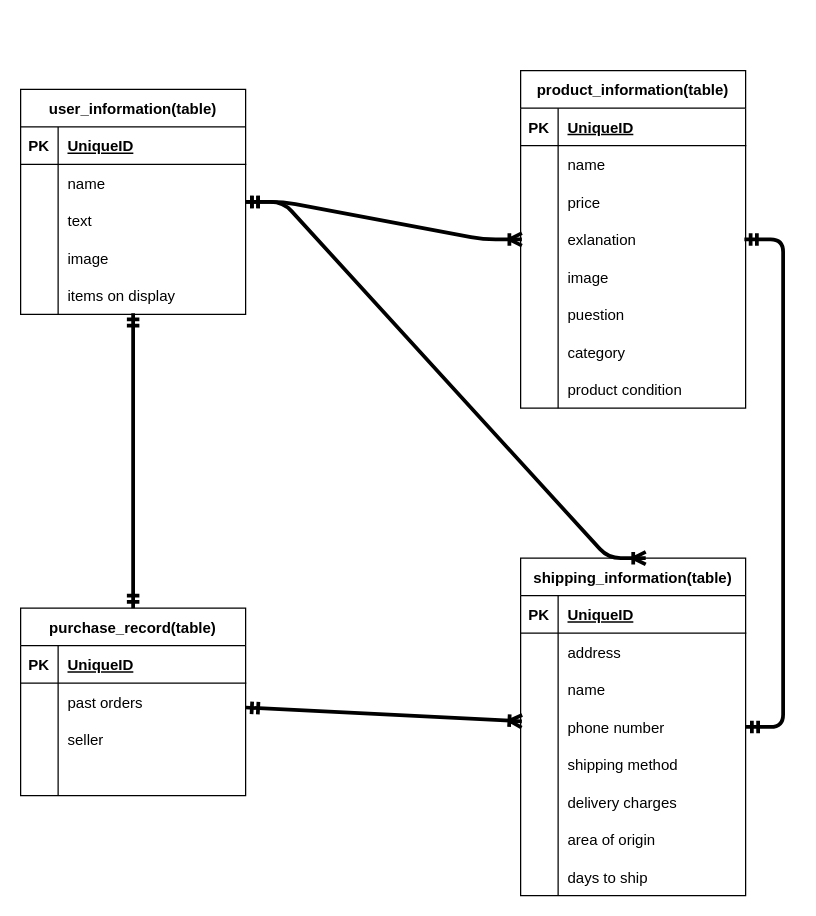
Before: furima.dio in nemuo1208/furima-40138, a draw.io diagram. Source tidied: cells renumbered, new cells numbered last; positions are measured from the earlier drawing's top-left corner, leaving out a move shared by most shapes. Both pictures are drawn from the tidied source at 125%, with x=0, y=0 at pixel (20, 70).
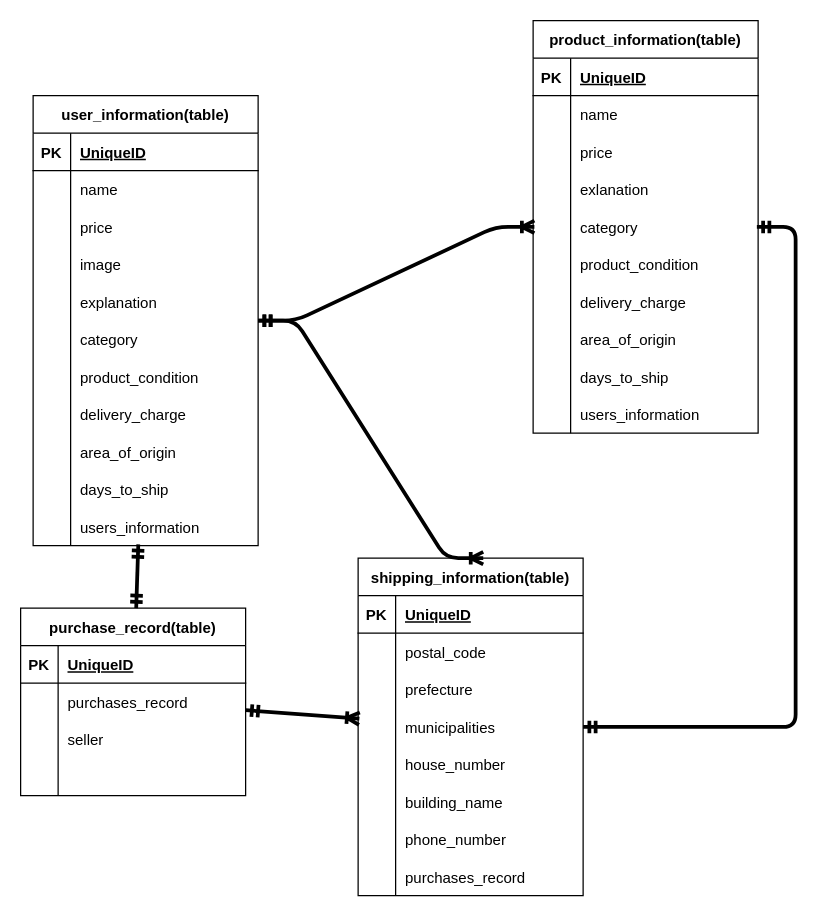
The same page after the edit.

Commit message (it also covers changes not shown here):
データーベース3

Unchanged cells that the change refers to:
```xml
<mxCell id="9" style="shape=tableRow;horizontal=0;startSize=0;swimlaneHead=0;swimlaneBody=0;fillColor=none;top=0;left=0;right=0;bottom=0;" parent="2" vertex="1">
  <mxGeometry y="90" width="180" height="30" as="geometry" />
</mxCell>
<mxCell id="15" style="shape=tableRow;horizontal=0;startSize=0;swimlaneHead=0;swimlaneBody=0;fillColor=none;top=0;left=0;right=0;bottom=0;" parent="2" vertex="1">
  <mxGeometry y="150" width="180" height="30" as="geometry" />
</mxCell>
<mxCell id="31" style="shape=tableRow;horizontal=0;startSize=0;swimlaneHead=0;swimlaneBody=0;fillColor=none;top=0;left=0;right=0;bottom=0;" parent="18" vertex="1">
  <mxGeometry y="150" width="180" height="30" as="geometry" />
</mxCell>
<mxCell id="34" style="shape=tableRow;horizontal=0;startSize=0;swimlaneHead=0;swimlaneBody=0;fillColor=none;top=0;left=0;right=0;bottom=0;" parent="18" vertex="1">
  <mxGeometry y="180" width="180" height="30" as="geometry" />
</mxCell>
<mxCell id="37" style="shape=tableRow;horizontal=0;startSize=0;swimlaneHead=0;swimlaneBody=0;fillColor=none;top=0;left=0;right=0;bottom=0;" parent="18" vertex="1">
  <mxGeometry y="210" width="180" height="30" as="geometry" />
</mxCell>
<mxCell id="40" style="shape=tableRow;horizontal=0;startSize=0;swimlaneHead=0;swimlaneBody=0;fillColor=none;top=0;left=0;right=0;bottom=0;" parent="18" vertex="1">
  <mxGeometry y="240" width="180" height="30" as="geometry" />
</mxCell>
<mxCell id="47" style="shape=tableRow;horizontal=0;startSize=0;swimlaneHead=0;swimlaneBody=0;fillColor=none;top=0;left=0;right=0;bottom=0;" parent="43" vertex="1">
  <mxGeometry y="60" width="180" height="30" as="geometry" />
</mxCell>
<mxCell id="60" style="shape=tableRow;horizontal=0;startSize=0;swimlaneHead=0;swimlaneBody=0;fillColor=none;top=0;left=0;right=0;bottom=0;" parent="56" vertex="1">
  <mxGeometry y="60" width="180" height="30" as="geometry" />
</mxCell>
<mxCell id="63" style="shape=tableRow;horizontal=0;startSize=0;swimlaneHead=0;swimlaneBody=0;fillColor=none;top=0;left=0;right=0;bottom=0;" parent="56" vertex="1">
  <mxGeometry y="90" width="180" height="30" as="geometry" />
</mxCell>
<mxCell id="66" style="shape=tableRow;horizontal=0;startSize=0;swimlaneHead=0;swimlaneBody=0;fillColor=none;top=0;left=0;right=0;bottom=0;" parent="56" vertex="1">
  <mxGeometry y="120" width="180" height="30" as="geometry" />
</mxCell>
<mxCell id="69" style="shape=tableRow;horizontal=0;startSize=0;swimlaneHead=0;swimlaneBody=0;fillColor=none;top=0;left=0;right=0;bottom=0;" parent="56" vertex="1">
  <mxGeometry y="150" width="180" height="30" as="geometry" />
</mxCell>
<mxCell id="72" style="shape=tableRow;horizontal=0;startSize=0;swimlaneHead=0;swimlaneBody=0;fillColor=none;top=0;left=0;right=0;bottom=0;" parent="56" vertex="1">
  <mxGeometry y="180" width="180" height="30" as="geometry" />
</mxCell>
<mxCell id="75" style="shape=tableRow;horizontal=0;startSize=0;swimlaneHead=0;swimlaneBody=0;fillColor=none;top=0;left=0;right=0;bottom=0;" parent="56" vertex="1">
  <mxGeometry y="210" width="180" height="30" as="geometry" />
</mxCell>
<mxCell id="78" style="shape=tableRow;horizontal=0;startSize=0;swimlaneHead=0;swimlaneBody=0;fillColor=none;top=0;left=0;right=0;bottom=0;" parent="56" vertex="1">
  <mxGeometry y="240" width="180" height="30" as="geometry" />
</mxCell>
```

Diff of the diagram source:
```diff
@@
     <mxCell id="2" value="user_information(table)" style="shape=table;startSize=30;childLayout=tableLayout;rowLines=0;fontStyle=1;align=center;verticalAlign=middle;" parent="1" vertex="1">
-      <mxGeometry y="15" width="180" height="180" as="geometry" />
+      <mxGeometry x="10" y="20" width="180" height="360" as="geometry" />
     </mxCell>
@@
-    <mxCell id="11" value="text" style="shape=partialRectangle;fillColor=none;top=0;left=0;bottom=0;right=0;align=left;spacingLeft=6;overflow=hidden;" parent="9" vertex="1">
+    <mxCell id="11" value="price" style="shape=partialRectangle;fillColor=none;top=0;left=0;bottom=0;right=0;align=left;spacingLeft=6;overflow=hidden;" parent="9" vertex="1">
       <mxGeometry x="30" width="150" height="30" as="geometry" />
     </mxCell>
@@
-    <mxCell id="17" value="items on display" style="shape=partialRectangle;fillColor=none;top=0;left=0;bottom=0;right=0;align=left;spacingLeft=6;overflow=hidden;verticalAlign=middle;" parent="15" vertex="1">
+    <mxCell id="17" value="explanation" style="shape=partialRectangle;fillColor=none;top=0;left=0;bottom=0;right=0;align=left;spacingLeft=6;overflow=hidden;verticalAlign=middle;" parent="15" vertex="1">
       <mxGeometry x="30" width="150" height="30" as="geometry" />
     </mxCell>
+    <mxCell id="86" style="shape=tableRow;horizontal=0;startSize=0;swimlaneHead=0;swimlaneBody=0;fillColor=none;top=0;left=0;right=0;bottom=0;" parent="2" vertex="1">
+      <mxGeometry y="180" width="180" height="30" as="geometry" />
+    </mxCell>
+    <mxCell id="87" style="shape=partialRectangle;fillColor=none;top=0;left=0;bottom=0;right=0;overflow=hidden;" parent="86" vertex="1">
+      <mxGeometry width="30" height="30" as="geometry" />
+    </mxCell>
+    <mxCell id="88" value="category  " style="shape=partialRectangle;fillColor=none;top=0;left=0;bottom=0;right=0;align=left;spacingLeft=6;overflow=hidden;verticalAlign=middle;" parent="86" vertex="1">
+      <mxGeometry x="30" width="150" height="30" as="geometry" />
+    </mxCell>
+    <mxCell id="89" style="shape=tableRow;horizontal=0;startSize=0;swimlaneHead=0;swimlaneBody=0;fillColor=none;top=0;left=0;right=0;bottom=0;" parent="2" vertex="1">
+      <mxGeometry y="210" width="180" height="30" as="geometry" />
+    </mxCell>
+    <mxCell id="90" style="shape=partialRectangle;fillColor=none;top=0;left=0;bottom=0;right=0;overflow=hidden;" parent="89" vertex="1">
+      <mxGeometry width="30" height="30" as="geometry" />
+    </mxCell>
+    <mxCell id="91" value="product_condition" style="shape=partialRectangle;fillColor=none;top=0;left=0;bottom=0;right=0;align=left;spacingLeft=6;overflow=hidden;verticalAlign=middle;" parent="89" vertex="1">
+      <mxGeometry x="30" width="150" height="30" as="geometry" />
+    </mxCell>
+    <mxCell id="92" style="shape=tableRow;horizontal=0;startSize=0;swimlaneHead=0;swimlaneBody=0;fillColor=none;top=0;left=0;right=0;bottom=0;" parent="2" vertex="1">
+      <mxGeometry y="240" width="180" height="30" as="geometry" />
+    </mxCell>
+    <mxCell id="93" style="shape=partialRectangle;fillColor=none;top=0;left=0;bottom=0;right=0;overflow=hidden;" parent="92" vertex="1">
+      <mxGeometry width="30" height="30" as="geometry" />
+    </mxCell>
+    <mxCell id="94" value="delivery_charge" style="shape=partialRectangle;fillColor=none;top=0;left=0;bottom=0;right=0;align=left;spacingLeft=6;overflow=hidden;verticalAlign=middle;" parent="92" vertex="1">
+      <mxGeometry x="30" width="150" height="30" as="geometry" />
+    </mxCell>
+    <mxCell id="95" style="shape=tableRow;horizontal=0;startSize=0;swimlaneHead=0;swimlaneBody=0;fillColor=none;top=0;left=0;right=0;bottom=0;" parent="2" vertex="1">
+      <mxGeometry y="270" width="180" height="30" as="geometry" />
+    </mxCell>
+    <mxCell id="96" style="shape=partialRectangle;fillColor=none;top=0;left=0;bottom=0;right=0;overflow=hidden;" parent="95" vertex="1">
+      <mxGeometry width="30" height="30" as="geometry" />
+    </mxCell>
+    <mxCell id="97" value="area_of_origin" style="shape=partialRectangle;fillColor=none;top=0;left=0;bottom=0;right=0;align=left;spacingLeft=6;overflow=hidden;verticalAlign=middle;" parent="95" vertex="1">
+      <mxGeometry x="30" width="150" height="30" as="geometry" />
+    </mxCell>
+    <mxCell id="98" style="shape=tableRow;horizontal=0;startSize=0;swimlaneHead=0;swimlaneBody=0;fillColor=none;top=0;left=0;right=0;bottom=0;" parent="2" vertex="1">
+      <mxGeometry y="300" width="180" height="30" as="geometry" />
+    </mxCell>
+    <mxCell id="99" style="shape=partialRectangle;fillColor=none;top=0;left=0;bottom=0;right=0;overflow=hidden;" parent="98" vertex="1">
+      <mxGeometry width="30" height="30" as="geometry" />
+    </mxCell>
+    <mxCell id="100" value="days_to_ship      " style="shape=partialRectangle;fillColor=none;top=0;left=0;bottom=0;right=0;align=left;spacingLeft=6;overflow=hidden;verticalAlign=middle;" parent="98" vertex="1">
+      <mxGeometry x="30" width="150" height="30" as="geometry" />
+    </mxCell>
+    <mxCell id="101" style="shape=tableRow;horizontal=0;startSize=0;swimlaneHead=0;swimlaneBody=0;fillColor=none;top=0;left=0;right=0;bottom=0;" parent="2" vertex="1">
+      <mxGeometry y="330" width="180" height="30" as="geometry" />
+    </mxCell>
+    <mxCell id="102" style="shape=partialRectangle;fillColor=none;top=0;left=0;bottom=0;right=0;overflow=hidden;" parent="101" vertex="1">
+      <mxGeometry width="30" height="30" as="geometry" />
+    </mxCell>
+    <mxCell id="103" value="users_information" style="shape=partialRectangle;fillColor=none;top=0;left=0;bottom=0;right=0;align=left;spacingLeft=6;overflow=hidden;verticalAlign=middle;" parent="101" vertex="1">
+      <mxGeometry x="30" width="150" height="30" as="geometry" />
+    </mxCell>
     <mxCell id="18" value="product_information(table)" style="shape=table;startSize=30;childLayout=tableLayout;rowLines=0;fontStyle=1;align=center;" parent="1" vertex="1">
-      <mxGeometry x="400" width="180" height="270" as="geometry" />
+      <mxGeometry x="410" y="-40" width="180" height="330" as="geometry" />
     </mxCell>
@@
-    <mxCell id="33" value="image" style="shape=partialRectangle;fillColor=none;top=0;left=0;bottom=0;right=0;align=left;spacingLeft=6;overflow=hidden;" parent="31" vertex="1">
+    <mxCell id="33" style="shape=partialRectangle;fillColor=none;top=0;left=0;bottom=0;right=0;align=left;spacingLeft=6;overflow=hidden;" parent="31" vertex="1">
       <mxGeometry x="30" width="150" height="30" as="geometry" />
     </mxCell>
@@
-    <mxCell id="36" value="puestion" style="shape=partialRectangle;fillColor=none;top=0;left=0;bottom=0;right=0;align=left;spacingLeft=6;overflow=hidden;" parent="34" vertex="1">
+    <mxCell id="36" value="product_condition" style="shape=partialRectangle;fillColor=none;top=0;left=0;bottom=0;right=0;align=left;spacingLeft=6;overflow=hidden;" parent="34" vertex="1">
       <mxGeometry x="30" width="150" height="30" as="geometry" />
     </mxCell>
@@
-    <mxCell id="39" value="category" style="shape=partialRectangle;fillColor=none;top=0;left=0;bottom=0;right=0;align=left;spacingLeft=6;overflow=hidden;" parent="37" vertex="1">
+    <mxCell id="39" value="delivery_charge " style="shape=partialRectangle;fillColor=none;top=0;left=0;bottom=0;right=0;align=left;spacingLeft=6;overflow=hidden;" parent="37" vertex="1">
       <mxGeometry x="30" width="150" height="30" as="geometry" />
     </mxCell>
@@
-    <mxCell id="42" value="product condition" style="shape=partialRectangle;fillColor=none;top=0;left=0;bottom=0;right=0;align=left;spacingLeft=6;overflow=hidden;" parent="40" vertex="1">
+    <mxCell id="42" value="area_of_origin" style="shape=partialRectangle;fillColor=none;top=0;left=0;bottom=0;right=0;align=left;spacingLeft=6;overflow=hidden;verticalAlign=middle;" parent="40" vertex="1">
       <mxGeometry x="30" width="150" height="30" as="geometry" />
     </mxCell>
+    <mxCell id="104" style="shape=tableRow;horizontal=0;startSize=0;swimlaneHead=0;swimlaneBody=0;fillColor=none;top=0;left=0;right=0;bottom=0;" parent="18" vertex="1">
+      <mxGeometry y="270" width="180" height="30" as="geometry" />
+    </mxCell>
+    <mxCell id="105" style="shape=partialRectangle;fillColor=none;top=0;left=0;bottom=0;right=0;overflow=hidden;" parent="104" vertex="1">
+      <mxGeometry width="30" height="30" as="geometry" />
+    </mxCell>
+    <mxCell id="106" value="days_to_ship " style="shape=partialRectangle;fillColor=none;top=0;left=0;bottom=0;right=0;align=left;spacingLeft=6;overflow=hidden;" parent="104" vertex="1">
+      <mxGeometry x="30" width="150" height="30" as="geometry" />
+    </mxCell>
+    <mxCell id="107" style="shape=tableRow;horizontal=0;startSize=0;swimlaneHead=0;swimlaneBody=0;fillColor=none;top=0;left=0;right=0;bottom=0;" parent="18" vertex="1">
+      <mxGeometry y="300" width="180" height="30" as="geometry" />
+    </mxCell>
+    <mxCell id="108" style="shape=partialRectangle;fillColor=none;top=0;left=0;bottom=0;right=0;overflow=hidden;" parent="107" vertex="1">
+      <mxGeometry width="30" height="30" as="geometry" />
+    </mxCell>
+    <mxCell id="109" value="users_information" style="shape=partialRectangle;fillColor=none;top=0;left=0;bottom=0;right=0;align=left;spacingLeft=6;overflow=hidden;" parent="107" vertex="1">
+      <mxGeometry x="30" width="150" height="30" as="geometry" />
+    </mxCell>
@@
-    <mxCell id="49" value="past orders" style="shape=partialRectangle;fillColor=none;top=0;left=0;bottom=0;right=0;align=left;spacingLeft=6;overflow=hidden;" parent="47" vertex="1">
+    <mxCell id="49" value="purchases_record " style="shape=partialRectangle;fillColor=none;top=0;left=0;bottom=0;right=0;align=left;spacingLeft=6;overflow=hidden;" parent="47" vertex="1">
       <mxGeometry x="30" width="150" height="30" as="geometry" />
     </mxCell>
@@
     <mxCell id="56" value="shipping_information(table)" style="shape=table;startSize=30;childLayout=tableLayout;rowLines=0;fontStyle=1;align=center;" parent="1" vertex="1">
-      <mxGeometry x="400" y="390" width="180" height="270" as="geometry" />
+      <mxGeometry x="270" y="390" width="180" height="270" as="geometry" />
     </mxCell>
@@
-    <mxCell id="62" value="address" style="shape=partialRectangle;fillColor=none;top=0;left=0;bottom=0;right=0;align=left;spacingLeft=6;overflow=hidden;" parent="60" vertex="1">
+    <mxCell id="62" value="postal_code      " style="shape=partialRectangle;fillColor=none;top=0;left=0;bottom=0;right=0;align=left;spacingLeft=6;overflow=hidden;" parent="60" vertex="1">
       <mxGeometry x="30" width="150" height="30" as="geometry" />
     </mxCell>
@@
-    <mxCell id="65" value="name" style="shape=partialRectangle;fillColor=none;top=0;left=0;bottom=0;right=0;align=left;spacingLeft=6;overflow=hidden;" parent="63" vertex="1">
+    <mxCell id="65" value="prefecture   " style="shape=partialRectangle;fillColor=none;top=0;left=0;bottom=0;right=0;align=left;spacingLeft=6;overflow=hidden;" parent="63" vertex="1">
       <mxGeometry x="30" width="150" height="30" as="geometry" />
     </mxCell>
@@
-    <mxCell id="68" value="phone number" style="shape=partialRectangle;fillColor=none;top=0;left=0;bottom=0;right=0;align=left;spacingLeft=6;overflow=hidden;" parent="66" vertex="1">
+    <mxCell id="68" value="municipalities " style="shape=partialRectangle;fillColor=none;top=0;left=0;bottom=0;right=0;align=left;spacingLeft=6;overflow=hidden;" parent="66" vertex="1">
       <mxGeometry x="30" width="150" height="30" as="geometry" />
     </mxCell>
@@
-    <mxCell id="71" value="shipping method" style="shape=partialRectangle;fillColor=none;top=0;left=0;bottom=0;right=0;align=left;spacingLeft=6;overflow=hidden;" parent="69" vertex="1">
+    <mxCell id="71" value="house_number  " style="shape=partialRectangle;fillColor=none;top=0;left=0;bottom=0;right=0;align=left;spacingLeft=6;overflow=hidden;" parent="69" vertex="1">
       <mxGeometry x="30" width="150" height="30" as="geometry" />
     </mxCell>
@@
-    <mxCell id="74" value="delivery charges" style="shape=partialRectangle;fillColor=none;top=0;left=0;bottom=0;right=0;align=left;spacingLeft=6;overflow=hidden;" parent="72" vertex="1">
+    <mxCell id="74" value=" building_name  " style="shape=partialRectangle;fillColor=none;top=0;left=0;bottom=0;right=0;align=left;spacingLeft=6;overflow=hidden;" parent="72" vertex="1">
       <mxGeometry x="30" width="150" height="30" as="geometry" />
     </mxCell>
@@
-    <mxCell id="77" value="area of origin" style="shape=partialRectangle;fillColor=none;top=0;left=0;bottom=0;right=0;align=left;spacingLeft=6;overflow=hidden;" parent="75" vertex="1">
+    <mxCell id="77" value="phone_number   " style="shape=partialRectangle;fillColor=none;top=0;left=0;bottom=0;right=0;align=left;spacingLeft=6;overflow=hidden;" parent="75" vertex="1">
       <mxGeometry x="30" width="150" height="30" as="geometry" />
     </mxCell>
@@
-    <mxCell id="80" value="days to ship" style="shape=partialRectangle;fillColor=none;top=0;left=0;bottom=0;right=0;align=left;spacingLeft=6;overflow=hidden;" parent="78" vertex="1">
+    <mxCell id="80" value=" purchases_record " style="shape=partialRectangle;fillColor=none;top=0;left=0;bottom=0;right=0;align=left;spacingLeft=6;overflow=hidden;" parent="78" vertex="1">
       <mxGeometry x="30" width="150" height="30" as="geometry" />
     </mxCell>
@@
+    <mxCell id="110" value="category" style="shape=partialRectangle;fillColor=none;top=0;left=0;bottom=0;right=0;align=left;spacingLeft=6;overflow=hidden;" parent="1" vertex="1">
+      <mxGeometry x="440" y="110" width="150" height="30" as="geometry" />
+    </mxCell>
```
